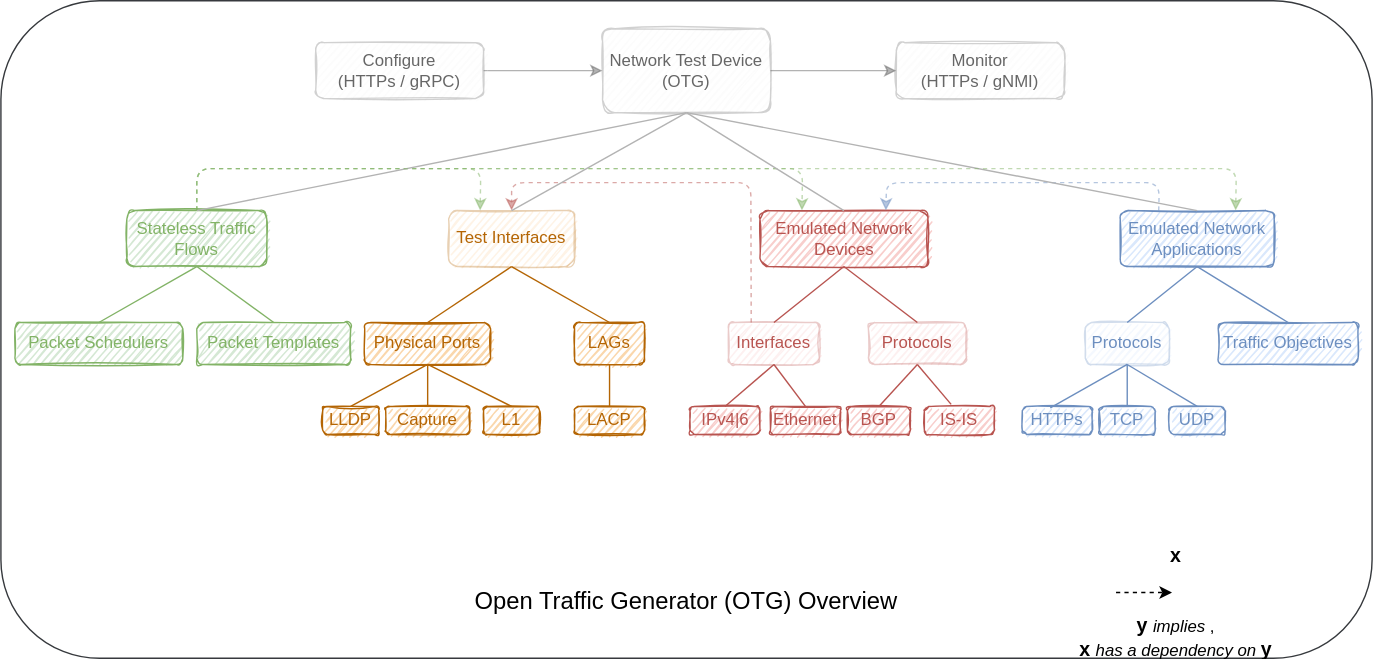
This is docs/overview.drawio.svg from open-traffic-generator/models, a draw.io export, as it was before one commit. Source tidied: cells renumbered, new cells last; positions are measured from the earlier drawing's top-left corner, leaving out a move shared by most shapes.
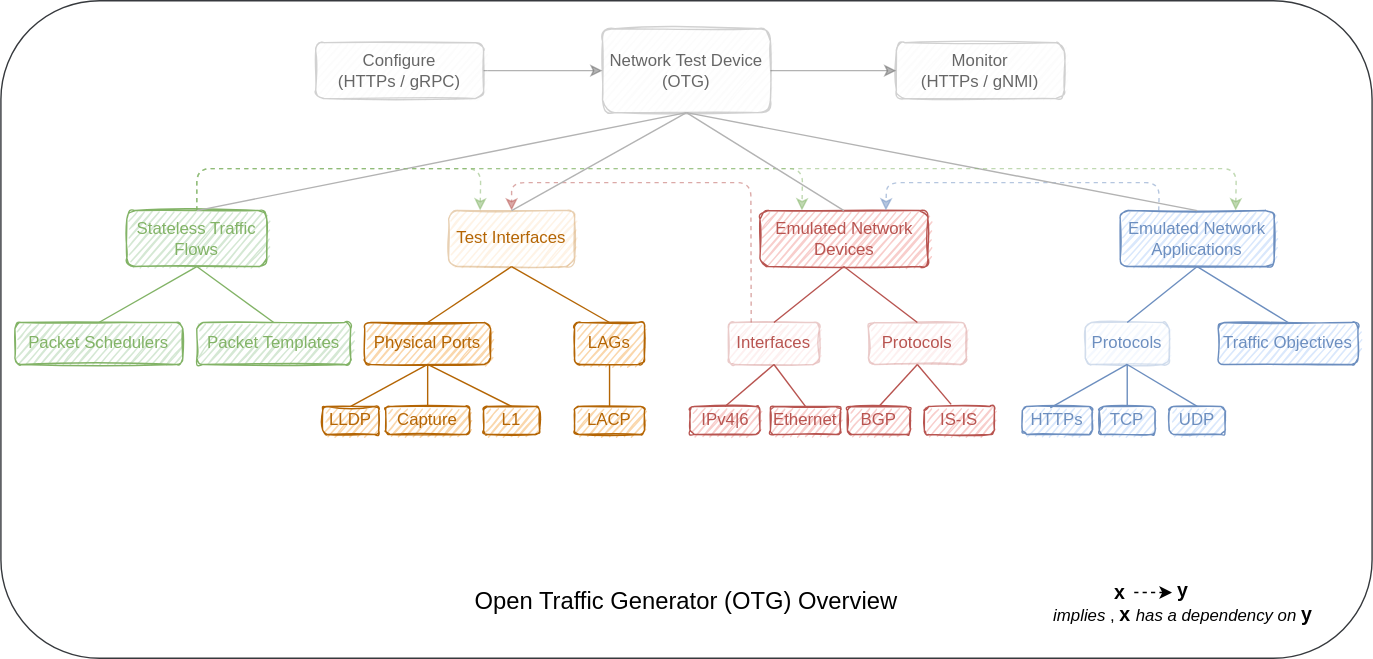
After the commit.

Diff of the diagram source:
```diff
@@ -101,12 +101,12 @@
     <mxCell id="29" style="endArrow=none;html=1;fontColor=#82B366;strokeColor=#B46504;entryX=0.5;entryY=1;entryDx=0;entryDy=0;exitX=0.5;exitY=0;exitDx=0;exitDy=0;" parent="1" edge="1" source="5" target="27">
       <mxGeometry relative="1" as="geometry" />
     </mxCell>
-    <mxCell id="30" value="&lt;font color=&quot;#000000&quot;&gt;&lt;b&gt;&lt;font style=&quot;font-size: 14px&quot;&gt;x&lt;span style=&quot;white-space: pre&quot;&gt;&#9;&lt;/span&gt;&lt;span style=&quot;white-space: pre&quot;&gt;&#9;&lt;/span&gt;&lt;/font&gt;&lt;font style=&quot;font-size: 14px&quot;&gt;y &lt;/font&gt;&lt;/b&gt;&lt;font style=&quot;font-size: 12px&quot;&gt;&lt;i&gt;implies&lt;/i&gt;,&lt;/font&gt;&lt;span style=&quot;font-size: 14px&quot;&gt;&amp;nbsp;&lt;/span&gt;&lt;br&gt;&lt;b style=&quot;font-size: 14px&quot;&gt;x&lt;/b&gt; &lt;font style=&quot;font-style: italic ; font-size: 12px&quot;&gt;has a dependency on&lt;/font&gt; &lt;b style=&quot;font-size: 14px&quot;&gt;&lt;font style=&quot;font-size: 14px&quot;&gt;y&lt;/font&gt;&lt;/b&gt;&lt;/font&gt;" style="rounded=1;whiteSpace=wrap;html=1;opacity=30;fillColor=none;strokeColor=none;" parent="1" vertex="1">
-      <mxGeometry x="750" y="400" width="180" height="60" as="geometry" />
+    <mxCell id="30" value="&lt;font color=&quot;#000000&quot;&gt;&lt;font&gt;&lt;span style=&quot;font-size: 14px&quot;&gt;&lt;b&gt;y&lt;br&gt;&lt;/b&gt;&lt;/span&gt;&lt;/font&gt;&lt;font style=&quot;font-size: 12px&quot;&gt;&lt;i&gt;implies&lt;/i&gt;,&lt;/font&gt;&lt;span style=&quot;font-size: 14px&quot;&gt;&amp;nbsp;&lt;/span&gt;&lt;b style=&quot;font-size: 14px&quot;&gt;x&lt;/b&gt; &lt;font style=&quot;font-style: italic ; font-size: 12px&quot;&gt;has a dependency on&lt;/font&gt; &lt;b style=&quot;font-size: 14px&quot;&gt;&lt;font style=&quot;font-size: 14px&quot;&gt;y&lt;/font&gt;&lt;/b&gt;&lt;/font&gt;" style="rounded=1;whiteSpace=wrap;html=1;opacity=30;fillColor=none;strokeColor=none;" parent="1" vertex="1">
+      <mxGeometry x="750" y="400" width="190" height="60" as="geometry" />
     </mxCell>
     <mxCell id="31" style="endArrow=classic;html=1;strokeColor=#000000;dashed=1;" parent="1" edge="1">
       <mxGeometry relative="1" as="geometry">
-        <mxPoint x="797" y="423" as="sourcePoint" />
+        <mxPoint x="810" y="423" as="sourcePoint" />
         <mxPoint x="837" y="423" as="targetPoint" />
       </mxGeometry>
     </mxCell>
@@ -212,5 +212,8 @@
     <mxCell id="61" style="endArrow=none;html=1;fontColor=#82B366;strokeColor=#B3B3B3;exitX=0.5;exitY=0;exitDx=0;exitDy=0;entryX=0.5;entryY=1;entryDx=0;entryDy=0;" parent="1" edge="1" source="6" target="3">
       <mxGeometry relative="1" as="geometry" />
     </mxCell>
+    <mxCell id="62" value="&lt;b&gt;&lt;font style=&quot;font-size: 14px&quot;&gt;x&lt;/font&gt;&lt;/b&gt;" style="text;html=1;strokeColor=none;fillColor=none;align=center;verticalAlign=middle;whiteSpace=wrap;rounded=0;fontSize=12;fontColor=#000000;opacity=30;" parent="1" vertex="1">
+      <mxGeometry x="790" y="408" width="20" height="30" as="geometry" />
+    </mxCell>
   </root>
 </mxGraphModel>
```
